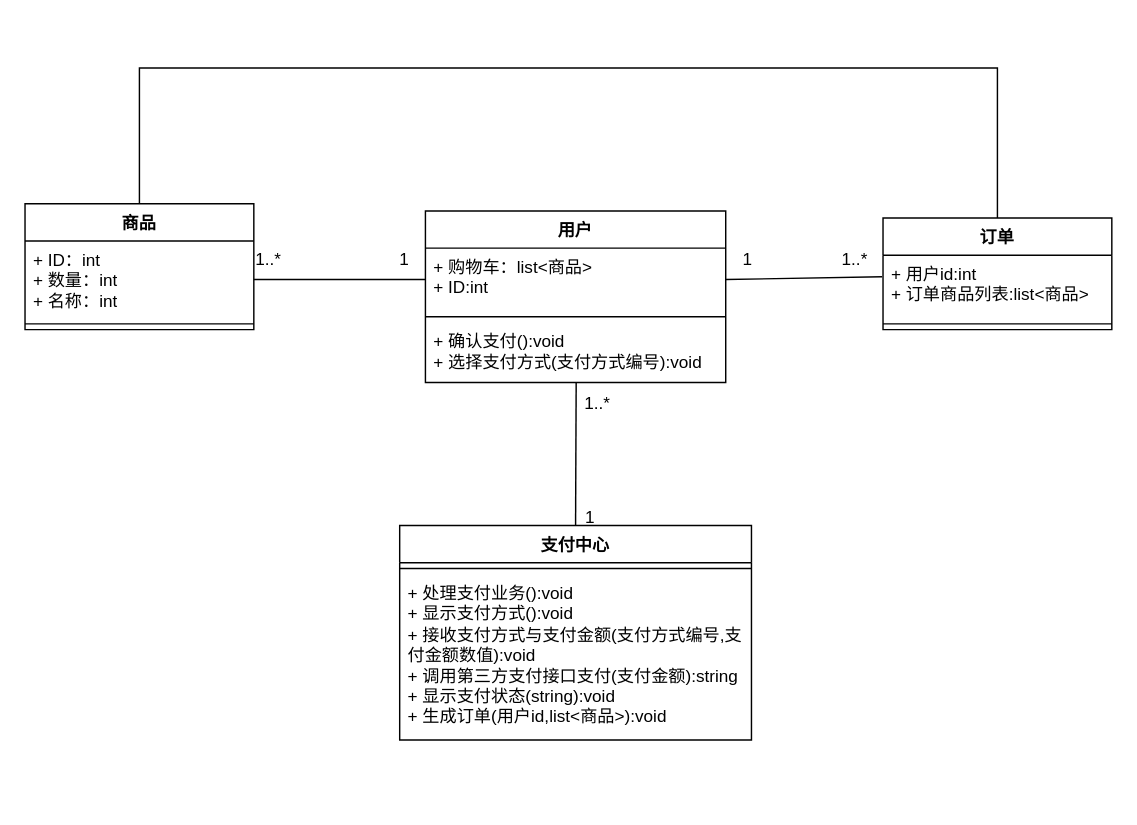
Iaiolk/VerilogCDE keeps this draw.io diagram as page "第 3 页" (3 of 3) of 未命名绘图.drawio. Above is the earlier version. Source tidied: cells renumbered, new cells numbered last; positions are measured from the earlier drawing's top-left corner, leaving out a move shared by most shapes. Both pictures are drawn from the tidied source at 143%, with x=0, y=0 at pixel (24, 67).
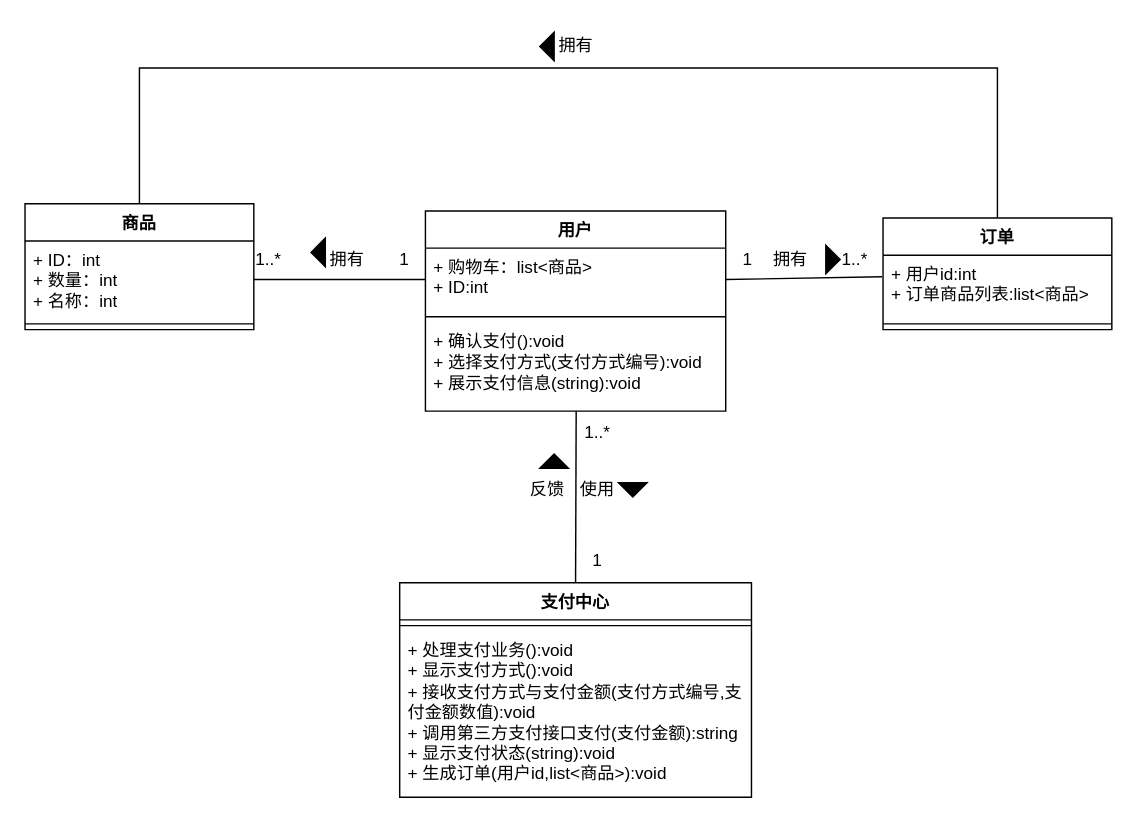
The same page after the edit.

Commit message (it also covers changes not shown here):
更新未命名绘图.drawio

The edit, as a diff of the source:
```diff
@@
     <mxCell id="2" value="用户" style="swimlane;fontStyle=1;align=center;verticalAlign=top;horizontal=1;startSize=26;whiteSpace=wrap;html=1;" parent="1" vertex="1">
-      <mxGeometry x="280" y="100" width="210" height="120" as="geometry" />
+      <mxGeometry x="280" y="100" width="210" height="140" as="geometry" />
     </mxCell>
@@
-    <mxCell id="5" value="+ 确认支付():void&lt;br&gt;+ 选择支付方式(支付方式编号):void" style="text;strokeColor=none;fillColor=none;align=left;verticalAlign=top;spacingLeft=4;spacingRight=4;overflow=hidden;points=[[0,0.5],[1,0.5]];portConstraint=eastwest;whiteSpace=wrap;html=1;" parent="2" vertex="1">
-      <mxGeometry y="78" width="210" height="42" as="geometry" />
+    <mxCell id="5" value="+ 确认支付():void&lt;br&gt;+ 选择支付方式(支付方式编号):void&lt;br&gt;+ 展示支付信息(string):void" style="text;strokeColor=none;fillColor=none;align=left;verticalAlign=top;spacingLeft=4;spacingRight=4;overflow=hidden;points=[[0,0.5],[1,0.5]];portConstraint=eastwest;whiteSpace=wrap;html=1;" parent="2" vertex="1">
+      <mxGeometry y="78" width="210" height="62" as="geometry" />
     </mxCell>
@@
     <mxCell id="12" value="支付中心" style="swimlane;fontStyle=1;align=center;verticalAlign=top;horizontal=1;startSize=26;whiteSpace=wrap;html=1;" parent="1" vertex="1">
-      <mxGeometry x="262" y="320" width="246" height="150" as="geometry" />
+      <mxGeometry x="262" y="360" width="246" height="150" as="geometry" />
     </mxCell>
@@
     <mxCell id="23" value="1" style="text;html=1;align=center;verticalAlign=middle;strokeColor=none;fillColor=none;" parent="1" vertex="1">
-      <mxGeometry x="380" y="300" width="30" height="30" as="geometry" />
+      <mxGeometry x="385" y="330" width="30" height="30" as="geometry" />
     </mxCell>
     <mxCell id="24" value="1..*" style="text;html=1;align=center;verticalAlign=middle;strokeColor=none;fillColor=none;" parent="1" vertex="1">
-      <mxGeometry x="380" y="220" width="40" height="30" as="geometry" />
+      <mxGeometry x="380" y="240" width="40" height="30" as="geometry" />
     </mxCell>
+    <mxCell id="25" value="拥有" style="text;html=1;align=center;verticalAlign=middle;strokeColor=none;fillColor=none;" parent="1" vertex="1">
+      <mxGeometry x="200" y="119" width="50" height="30" as="geometry" />
+    </mxCell>
+    <mxCell id="26" value="拥有" style="text;html=1;align=center;verticalAlign=middle;strokeColor=none;fillColor=none;" parent="1" vertex="1">
+      <mxGeometry x="510" y="119" width="50" height="30" as="geometry" />
+    </mxCell>
+    <mxCell id="27" value="拥有" style="text;html=1;align=center;verticalAlign=middle;strokeColor=none;fillColor=none;" parent="1" vertex="1">
+      <mxGeometry x="360" y="-30" width="50" height="30" as="geometry" />
+    </mxCell>
+    <mxCell id="28" value="使用" style="text;html=1;align=center;verticalAlign=middle;strokeColor=none;fillColor=none;" parent="1" vertex="1">
+      <mxGeometry x="375" y="280" width="50" height="30" as="geometry" />
+    </mxCell>
+    <mxCell id="29" style="triangle;whiteSpace=wrap;html=1;fillColor=#000000;rotation=90;" parent="1" vertex="1">
+      <mxGeometry x="420" y="285" width="10" height="20" as="geometry" />
+    </mxCell>
+    <mxCell id="30" style="triangle;whiteSpace=wrap;html=1;fillColor=#000000;rotation=-180;" parent="1" vertex="1">
+      <mxGeometry x="200" y="119" width="10" height="20" as="geometry" />
+    </mxCell>
+    <mxCell id="31" style="triangle;whiteSpace=wrap;html=1;fillColor=#000000;rotation=0;" parent="1" vertex="1">
+      <mxGeometry x="560" y="124" width="10" height="20" as="geometry" />
+    </mxCell>
+    <mxCell id="32" style="triangle;whiteSpace=wrap;html=1;fillColor=#000000;rotation=-180;" parent="1" vertex="1">
+      <mxGeometry x="360" y="-25" width="10" height="20" as="geometry" />
+    </mxCell>
+    <mxCell id="33" style="triangle;whiteSpace=wrap;html=1;fillColor=#000000;rotation=-90;" parent="1" vertex="1">
+      <mxGeometry x="365" y="265" width="10" height="20" as="geometry" />
+    </mxCell>
+    <mxCell id="34" value="反馈" style="text;html=1;align=center;verticalAlign=middle;strokeColor=none;fillColor=none;" parent="1" vertex="1">
+      <mxGeometry x="340" y="280" width="50" height="30" as="geometry" />
+    </mxCell>
```
